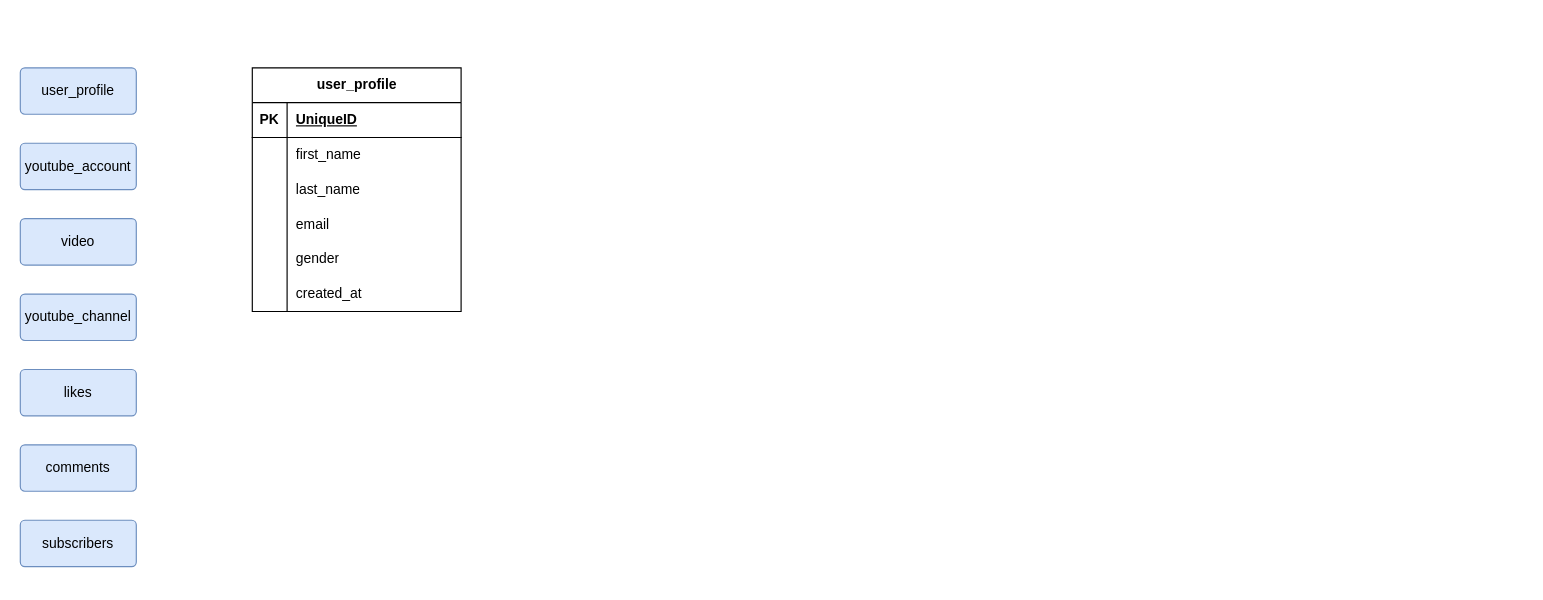
Earlier version of the draw.io diagram databaseDesignAmigos.drawio (husnimubarok/dbDesign). Source tidied: cells renumbered, new cells numbered last; positions are measured from the earlier drawing's top-left corner, leaving out a move shared by most shapes. Both pictures are drawn from the tidied source at 116%, with x=0, y=0 at pixel (20, 67).
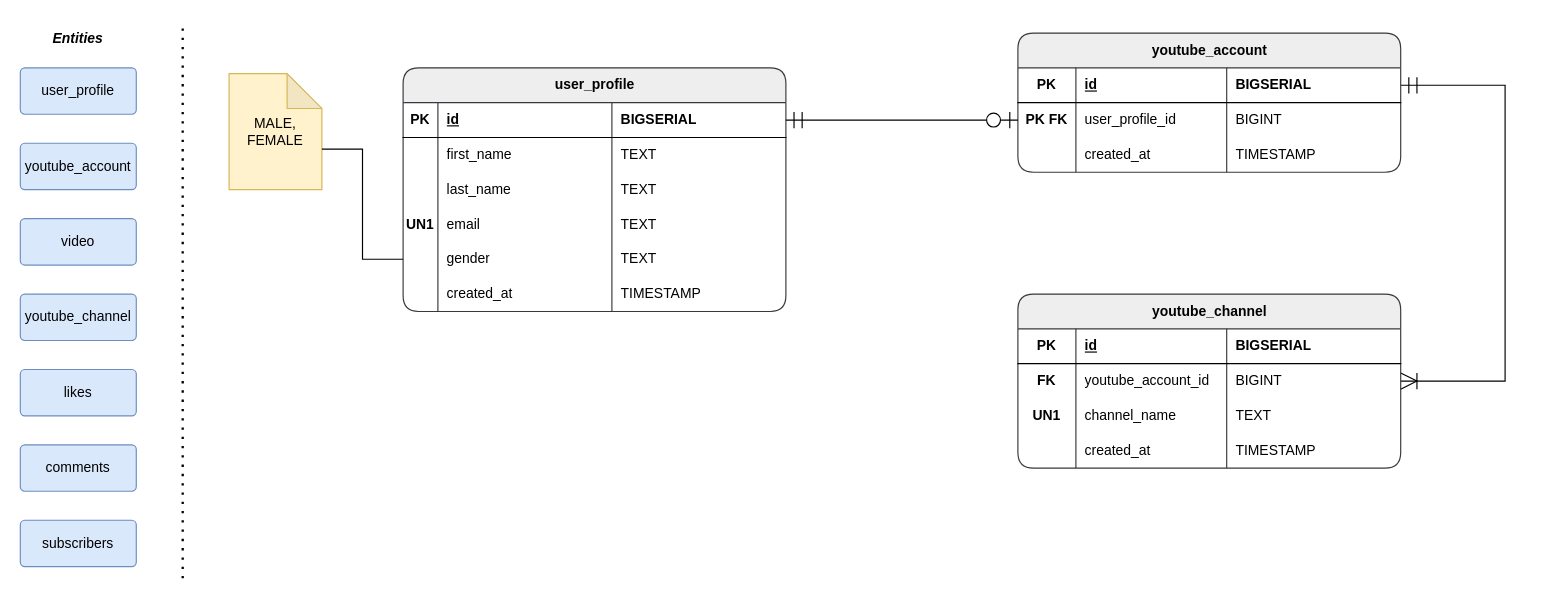
The same page after the edit.

Change to the diagram source:
```diff
@@
-    <mxCell id="9" value="user_profile" style="shape=table;startSize=30;childLayout=tableLayout;rowLines=0;fontStyle=1;align=center;html=1;" parent="1" vertex="1">
-      <mxGeometry x="200" width="180" height="210" as="geometry" />
+    <mxCell id="9" value="user_profile" style="shape=table;startSize=30;childLayout=tableLayout;rowLines=0;fontStyle=1;align=center;html=1;rounded=1;fillColor=#eeeeee;strokeColor=#36393d;" parent="1" vertex="1">
+      <mxGeometry x="330" width="330" height="210" as="geometry" />
     </mxCell>
     <mxCell id="10" style="shape=tableRow;horizontal=0;startSize=0;swimlaneHead=0;swimlaneBody=0;fillColor=none;points=[[0,0.5],[1,0.5]];portConstraint=eastwest;top=0;left=0;right=0;bottom=1;" parent="9" vertex="1">
-      <mxGeometry y="30" width="180" height="30" as="geometry" />
+      <mxGeometry y="30" width="330" height="30" as="geometry" />
     </mxCell>
@@
-    <mxCell id="12" value="UniqueID" style="shape=partialRectangle;fillColor=none;top=0;left=0;bottom=0;right=0;align=left;spacingLeft=6;fontStyle=5;overflow=hidden;whiteSpace=wrap;html=1;" parent="10" vertex="1">
+    <mxCell id="12" value="id" style="shape=partialRectangle;fillColor=none;top=0;left=0;bottom=0;right=0;align=left;spacingLeft=6;fontStyle=5;overflow=hidden;whiteSpace=wrap;html=1;" parent="10" vertex="1">
       <mxGeometry x="30" width="150" height="30" as="geometry" />
     </mxCell>
+    <mxCell id="28" value="BIGSERIAL" style="shape=partialRectangle;fillColor=none;top=0;left=0;bottom=0;right=0;align=left;spacingLeft=6;fontStyle=1;overflow=hidden;whiteSpace=wrap;html=1;strokeColor=inherit;" parent="10" vertex="1">
+      <mxGeometry x="180" width="150" height="30" as="geometry" />
+    </mxCell>
     <mxCell id="13" style="shape=tableRow;horizontal=0;startSize=0;swimlaneHead=0;swimlaneBody=0;fillColor=none;top=0;left=0;right=0;bottom=0;" parent="9" vertex="1">
-      <mxGeometry y="60" width="180" height="30" as="geometry" />
+      <mxGeometry y="60" width="330" height="30" as="geometry" />
     </mxCell>
@@
+    <mxCell id="29" value="TEXT" style="shape=partialRectangle;fillColor=none;top=0;left=0;bottom=0;right=0;align=left;spacingLeft=6;overflow=hidden;whiteSpace=wrap;html=1;" parent="13" vertex="1">
+      <mxGeometry x="180" width="150" height="30" as="geometry" />
+    </mxCell>
     <mxCell id="16" style="shape=tableRow;horizontal=0;startSize=0;swimlaneHead=0;swimlaneBody=0;fillColor=none;top=0;left=0;right=0;bottom=0;" parent="9" vertex="1">
-      <mxGeometry y="90" width="180" height="30" as="geometry" />
+      <mxGeometry y="90" width="330" height="30" as="geometry" />
     </mxCell>
@@
+    <mxCell id="30" value="TEXT" style="shape=partialRectangle;fillColor=none;top=0;left=0;bottom=0;right=0;align=left;spacingLeft=6;overflow=hidden;whiteSpace=wrap;html=1;" parent="16" vertex="1">
+      <mxGeometry x="180" width="150" height="30" as="geometry" />
+    </mxCell>
     <mxCell id="19" style="shape=tableRow;horizontal=0;startSize=0;swimlaneHead=0;swimlaneBody=0;fillColor=none;top=0;left=0;right=0;bottom=0;" parent="9" vertex="1">
-      <mxGeometry y="120" width="180" height="30" as="geometry" />
+      <mxGeometry y="120" width="330" height="30" as="geometry" />
     </mxCell>
-    <mxCell id="20" style="shape=partialRectangle;fillColor=none;top=0;left=0;bottom=0;right=0;overflow=hidden;whiteSpace=wrap;html=1;" parent="19" vertex="1">
+    <mxCell id="20" value="UN1" style="shape=partialRectangle;fillColor=none;top=0;left=0;bottom=0;right=0;overflow=hidden;whiteSpace=wrap;html=1;fontStyle=1;" parent="19" vertex="1">
       <mxGeometry width="30" height="30" as="geometry" />
     </mxCell>
@@
+    <mxCell id="31" value="TEXT" style="shape=partialRectangle;fillColor=none;top=0;left=0;bottom=0;right=0;align=left;spacingLeft=6;overflow=hidden;whiteSpace=wrap;html=1;" parent="19" vertex="1">
+      <mxGeometry x="180" width="150" height="30" as="geometry" />
+    </mxCell>
     <mxCell id="22" style="shape=tableRow;horizontal=0;startSize=0;swimlaneHead=0;swimlaneBody=0;fillColor=none;points=[[0,0.5],[1,0.5]];portConstraint=eastwest;top=0;left=0;right=0;bottom=0;" parent="9" vertex="1">
-      <mxGeometry y="150" width="180" height="30" as="geometry" />
+      <mxGeometry y="150" width="330" height="30" as="geometry" />
     </mxCell>
@@
+    <mxCell id="32" value="TEXT" style="shape=partialRectangle;fillColor=none;top=0;left=0;bottom=0;right=0;align=left;spacingLeft=6;overflow=hidden;whiteSpace=wrap;html=1;" parent="22" vertex="1">
+      <mxGeometry x="180" width="150" height="30" as="geometry" />
+    </mxCell>
     <mxCell id="25" style="shape=tableRow;horizontal=0;startSize=0;swimlaneHead=0;swimlaneBody=0;fillColor=none;top=0;left=0;right=0;bottom=0;" parent="9" vertex="1">
-      <mxGeometry y="180" width="180" height="30" as="geometry" />
+      <mxGeometry y="180" width="330" height="30" as="geometry" />
     </mxCell>
@@
+    <mxCell id="33" value="TIMESTAMP" style="shape=partialRectangle;fillColor=none;top=0;left=0;bottom=0;right=0;align=left;spacingLeft=6;overflow=hidden;whiteSpace=wrap;html=1;" parent="25" vertex="1">
+      <mxGeometry x="180" width="150" height="30" as="geometry" />
+    </mxCell>
+    <mxCell id="34" value="MALE, FEMALE" style="shape=note;whiteSpace=wrap;html=1;backgroundOutline=1;darkOpacity=0.05;fillColor=#fff2cc;strokeColor=#d6b656;" parent="1" vertex="1">
+      <mxGeometry x="180" y="5" width="80" height="100" as="geometry" />
+    </mxCell>
+    <mxCell id="35" style="edgeStyle=orthogonalEdgeStyle;rounded=0;jettySize=auto;html=1;exitX=0;exitY=0.5;exitDx=0;exitDy=0;entryX=0;entryY=0;entryDx=80;entryDy=65;entryPerimeter=0;endArrow=none;endFill=0;" parent="1" edge="1" source="22" target="34">
+      <mxGeometry relative="1" as="geometry" />
+    </mxCell>
+    <mxCell id="36" style="endArrow=none;dashed=1;html=1;dashPattern=1 3;strokeWidth=2;rounded=0;" parent="1" edge="1">
+      <mxGeometry relative="1" as="geometry">
+        <mxPoint x="140" y="440" as="sourcePoint" />
+        <mxPoint x="140" y="-40" as="targetPoint" />
+      </mxGeometry>
+    </mxCell>
+    <mxCell id="37" value="&lt;b&gt;&lt;i&gt;Entities&lt;/i&gt;&lt;/b&gt;" style="text;html=1;strokeColor=none;fillColor=none;align=center;verticalAlign=middle;whiteSpace=wrap;rounded=0;" parent="1" vertex="1">
+      <mxGeometry x="20" y="-40" width="60" height="30" as="geometry" />
+    </mxCell>
+    <mxCell id="38" style="edgeStyle=orthogonalEdgeStyle;rounded=0;jettySize=auto;html=1;entryX=1;entryY=0.5;entryDx=0;entryDy=0;endArrow=ERoneToMany;endFill=0;exitX=1;exitY=0.5;exitDx=0;exitDy=0;endSize=12;startArrow=ERmandOne;startFill=0;startSize=12;" parent="1" edge="1" source="40" target="57">
+      <mxGeometry relative="1" as="geometry">
+        <Array as="points">
+          <mxPoint x="1280" y="15" />
+          <mxPoint x="1280" y="270" />
+        </Array>
+      </mxGeometry>
+    </mxCell>
+    <mxCell id="39" value="youtube_account" style="shape=table;startSize=30;childLayout=tableLayout;rowLines=0;fontStyle=1;align=center;html=1;rounded=1;fillColor=#eeeeee;strokeColor=#36393d;" parent="1" vertex="1">
+      <mxGeometry x="860" y="-30" width="330" height="120" as="geometry" />
+    </mxCell>
+    <mxCell id="40" style="shape=tableRow;horizontal=0;startSize=0;swimlaneHead=0;swimlaneBody=0;fillColor=none;points=[[0,0.5],[1,0.5]];portConstraint=eastwest;top=0;left=0;right=0;bottom=1;" parent="39" vertex="1">
+      <mxGeometry y="30" width="330" height="30" as="geometry" />
+    </mxCell>
+    <mxCell id="41" value="PK" style="shape=partialRectangle;fillColor=none;top=0;left=0;bottom=0;right=0;fontStyle=1;overflow=hidden;whiteSpace=wrap;html=1;" parent="40" vertex="1">
+      <mxGeometry width="50" height="30" as="geometry" />
+    </mxCell>
+    <mxCell id="42" value="id" style="shape=partialRectangle;fillColor=none;top=0;left=0;bottom=0;right=0;align=left;spacingLeft=6;fontStyle=5;overflow=hidden;whiteSpace=wrap;html=1;" parent="40" vertex="1">
+      <mxGeometry x="50" width="130" height="30" as="geometry" />
+    </mxCell>
+    <mxCell id="43" value="BIGSERIAL" style="shape=partialRectangle;fillColor=none;top=0;left=0;bottom=0;right=0;align=left;spacingLeft=6;fontStyle=1;overflow=hidden;whiteSpace=wrap;html=1;strokeColor=inherit;" parent="40" vertex="1">
+      <mxGeometry x="180" width="150" height="30" as="geometry" />
+    </mxCell>
+    <mxCell id="44" style="shape=tableRow;horizontal=0;startSize=0;swimlaneHead=0;swimlaneBody=0;fillColor=none;points=[[0,0.5],[1,0.5]];portConstraint=eastwest;top=0;left=0;right=0;bottom=0;" parent="39" vertex="1">
+      <mxGeometry y="60" width="330" height="30" as="geometry" />
+    </mxCell>
+    <mxCell id="45" value="&lt;b&gt;PK FK&lt;/b&gt;" style="shape=partialRectangle;fillColor=none;top=0;left=0;bottom=0;right=0;overflow=hidden;whiteSpace=wrap;html=1;" parent="44" vertex="1">
+      <mxGeometry width="50" height="30" as="geometry" />
+    </mxCell>
+    <mxCell id="46" value="user_profile_id" style="shape=partialRectangle;fillColor=none;top=0;left=0;bottom=0;right=0;align=left;spacingLeft=6;overflow=hidden;whiteSpace=wrap;html=1;" parent="44" vertex="1">
+      <mxGeometry x="50" width="130" height="30" as="geometry" />
+    </mxCell>
+    <mxCell id="47" value="BIGINT" style="shape=partialRectangle;fillColor=none;top=0;left=0;bottom=0;right=0;align=left;spacingLeft=6;overflow=hidden;whiteSpace=wrap;html=1;" parent="44" vertex="1">
+      <mxGeometry x="180" width="150" height="30" as="geometry" />
+    </mxCell>
+    <mxCell id="48" style="shape=tableRow;horizontal=0;startSize=0;swimlaneHead=0;swimlaneBody=0;fillColor=none;top=0;left=0;right=0;bottom=0;" parent="39" vertex="1">
+      <mxGeometry y="90" width="330" height="30" as="geometry" />
+    </mxCell>
+    <mxCell id="49" style="shape=partialRectangle;fillColor=none;top=0;left=0;bottom=0;right=0;overflow=hidden;whiteSpace=wrap;html=1;" parent="48" vertex="1">
+      <mxGeometry width="50" height="30" as="geometry" />
+    </mxCell>
+    <mxCell id="50" value="created_at" style="shape=partialRectangle;fillColor=none;top=0;left=0;bottom=0;right=0;align=left;spacingLeft=6;overflow=hidden;whiteSpace=wrap;html=1;" parent="48" vertex="1">
+      <mxGeometry x="50" width="130" height="30" as="geometry" />
+    </mxCell>
+    <mxCell id="51" value="TIMESTAMP" style="shape=partialRectangle;fillColor=none;top=0;left=0;bottom=0;right=0;align=left;spacingLeft=6;overflow=hidden;whiteSpace=wrap;html=1;" parent="48" vertex="1">
+      <mxGeometry x="180" width="150" height="30" as="geometry" />
+    </mxCell>
+    <mxCell id="52" value="youtube_channel" style="shape=table;startSize=30;childLayout=tableLayout;rowLines=0;fontStyle=1;align=center;html=1;rounded=1;fillColor=#eeeeee;strokeColor=#36393d;" parent="1" vertex="1">
+      <mxGeometry x="860" y="195" width="330" height="150" as="geometry" />
+    </mxCell>
+    <mxCell id="53" style="shape=tableRow;horizontal=0;startSize=0;swimlaneHead=0;swimlaneBody=0;fillColor=none;top=0;left=0;right=0;bottom=1;" parent="52" vertex="1">
+      <mxGeometry y="30" width="330" height="30" as="geometry" />
+    </mxCell>
+    <mxCell id="54" value="PK" style="shape=partialRectangle;fillColor=none;top=0;left=0;bottom=0;right=0;fontStyle=1;overflow=hidden;whiteSpace=wrap;html=1;" parent="53" vertex="1">
+      <mxGeometry width="50" height="30" as="geometry" />
+    </mxCell>
+    <mxCell id="55" value="id" style="shape=partialRectangle;fillColor=none;top=0;left=0;bottom=0;right=0;align=left;spacingLeft=6;fontStyle=5;overflow=hidden;whiteSpace=wrap;html=1;" parent="53" vertex="1">
+      <mxGeometry x="50" width="130" height="30" as="geometry" />
+    </mxCell>
+    <mxCell id="56" value="BIGSERIAL" style="shape=partialRectangle;fillColor=none;top=0;left=0;bottom=0;right=0;align=left;spacingLeft=6;fontStyle=1;overflow=hidden;whiteSpace=wrap;html=1;strokeColor=inherit;" parent="53" vertex="1">
+      <mxGeometry x="180" width="150" height="30" as="geometry" />
+    </mxCell>
+    <mxCell id="57" style="shape=tableRow;horizontal=0;startSize=0;swimlaneHead=0;swimlaneBody=0;fillColor=none;points=[[0,0.5],[1,0.5]];portConstraint=eastwest;top=0;left=0;right=0;bottom=0;" parent="52" vertex="1">
+      <mxGeometry y="60" width="330" height="30" as="geometry" />
+    </mxCell>
+    <mxCell id="58" value="&lt;b&gt;FK&lt;/b&gt;" style="shape=partialRectangle;fillColor=none;top=0;left=0;bottom=0;right=0;overflow=hidden;whiteSpace=wrap;html=1;" parent="57" vertex="1">
+      <mxGeometry width="50" height="30" as="geometry" />
+    </mxCell>
+    <mxCell id="59" value="youtube_account_id" style="shape=partialRectangle;fillColor=none;top=0;left=0;bottom=0;right=0;align=left;spacingLeft=6;overflow=hidden;whiteSpace=wrap;html=1;" parent="57" vertex="1">
+      <mxGeometry x="50" width="130" height="30" as="geometry" />
+    </mxCell>
+    <mxCell id="60" value="BIGINT" style="shape=partialRectangle;fillColor=none;top=0;left=0;bottom=0;right=0;align=left;spacingLeft=6;overflow=hidden;whiteSpace=wrap;html=1;" parent="57" vertex="1">
+      <mxGeometry x="180" width="150" height="30" as="geometry" />
+    </mxCell>
+    <mxCell id="61" style="shape=tableRow;horizontal=0;startSize=0;swimlaneHead=0;swimlaneBody=0;fillColor=none;top=0;left=0;right=0;bottom=0;" parent="52" vertex="1">
+      <mxGeometry y="90" width="330" height="30" as="geometry" />
+    </mxCell>
+    <mxCell id="62" value="&lt;b&gt;UN1&lt;/b&gt;" style="shape=partialRectangle;fillColor=none;top=0;left=0;bottom=0;right=0;overflow=hidden;whiteSpace=wrap;html=1;" parent="61" vertex="1">
+      <mxGeometry width="50" height="30" as="geometry" />
+    </mxCell>
+    <mxCell id="63" value="channel_name" style="shape=partialRectangle;fillColor=none;top=0;left=0;bottom=0;right=0;align=left;spacingLeft=6;overflow=hidden;whiteSpace=wrap;html=1;" parent="61" vertex="1">
+      <mxGeometry x="50" width="130" height="30" as="geometry" />
+    </mxCell>
+    <mxCell id="64" value="TEXT" style="shape=partialRectangle;fillColor=none;top=0;left=0;bottom=0;right=0;align=left;spacingLeft=6;overflow=hidden;whiteSpace=wrap;html=1;" parent="61" vertex="1">
+      <mxGeometry x="180" width="150" height="30" as="geometry" />
+    </mxCell>
+    <mxCell id="65" style="shape=tableRow;horizontal=0;startSize=0;swimlaneHead=0;swimlaneBody=0;fillColor=none;top=0;left=0;right=0;bottom=0;" parent="52" vertex="1">
+      <mxGeometry y="120" width="330" height="30" as="geometry" />
+    </mxCell>
+    <mxCell id="66" style="shape=partialRectangle;fillColor=none;top=0;left=0;bottom=0;right=0;overflow=hidden;whiteSpace=wrap;html=1;" parent="65" vertex="1">
+      <mxGeometry width="50" height="30" as="geometry" />
+    </mxCell>
+    <mxCell id="67" value="created_at&lt;span style=&quot;white-space: pre;&quot;&gt; &lt;/span&gt;" style="shape=partialRectangle;fillColor=none;top=0;left=0;bottom=0;right=0;align=left;spacingLeft=6;overflow=hidden;whiteSpace=wrap;html=1;" parent="65" vertex="1">
+      <mxGeometry x="50" width="130" height="30" as="geometry" />
+    </mxCell>
+    <mxCell id="68" value="TIMESTAMP" style="shape=partialRectangle;fillColor=none;top=0;left=0;bottom=0;right=0;align=left;spacingLeft=6;overflow=hidden;whiteSpace=wrap;html=1;" parent="65" vertex="1">
+      <mxGeometry x="180" width="150" height="30" as="geometry" />
+    </mxCell>
+    <mxCell id="69" style="edgeStyle=orthogonalEdgeStyle;rounded=0;jettySize=auto;html=1;endArrow=ERzeroToOne;endFill=0;entryX=0;entryY=0.5;entryDx=0;entryDy=0;exitX=1;exitY=0.5;exitDx=0;exitDy=0;endSize=12;startArrow=ERmandOne;startFill=0;startSize=12;" parent="1" edge="1" source="10" target="44">
+      <mxGeometry relative="1" as="geometry" />
+    </mxCell>
```
